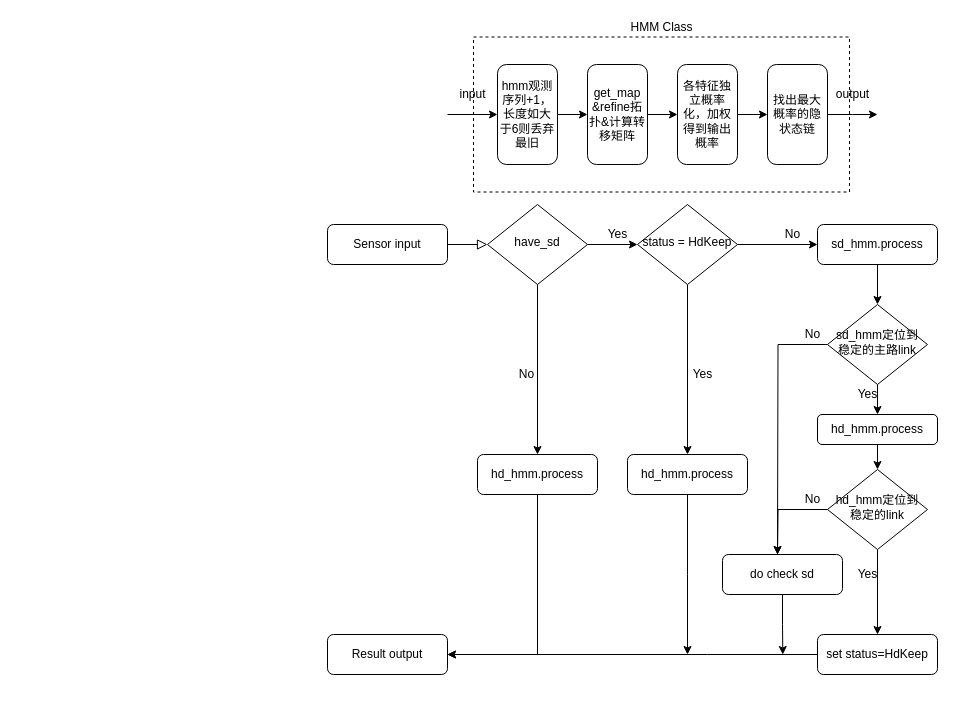
This is Untitled Diagram.drawio from xhzhuhit/Trajectory_Compression_Algorithms, a draw.io file, before an edit. Source tidied: cells renumbered, new cells numbered last; positions are measured from the earlier drawing's top-left corner, leaving out a move shared by most shapes. Both pictures are drawn from the tidied source at 100%, with x=0, y=0 at pixel (327, 16).
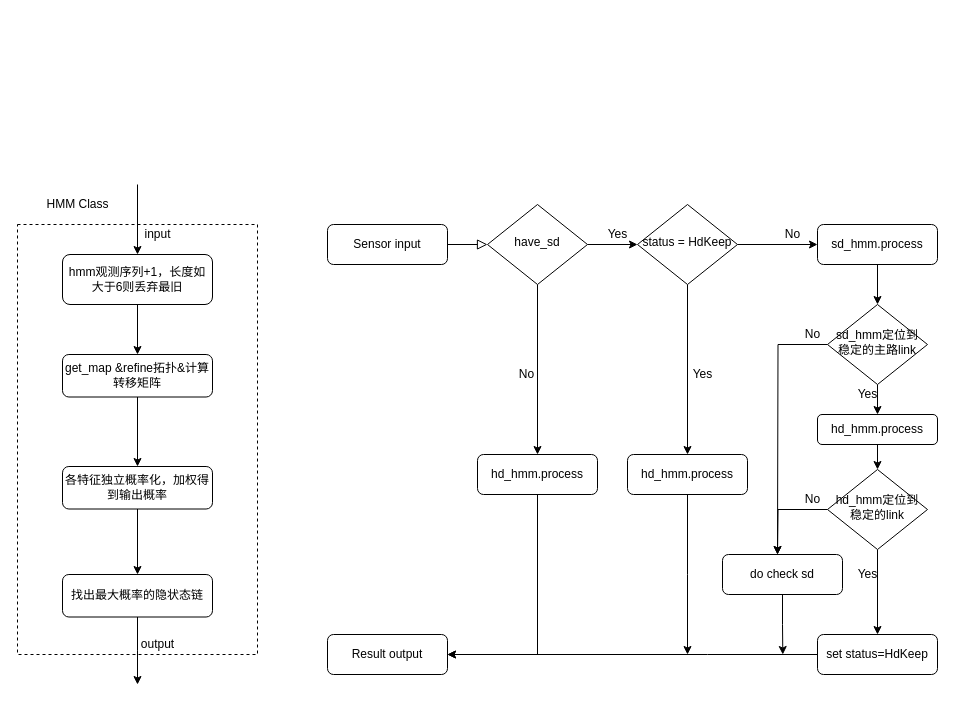
After the change.

Diff of the diagram source:
```diff
@@
     <mxCell id="2" style="whiteSpace=wrap;html=1;dashed=1;" parent="1" vertex="1">
-      <mxGeometry x="146" y="20.5" width="376" height="155" as="geometry" />
+      <mxGeometry x="-310" y="208" width="240" height="430" as="geometry" />
     </mxCell>
@@
-    <mxCell id="16" style="edgeStyle=orthogonalEdgeStyle;rounded=0;jettySize=auto;html=1;exitX=1;exitY=0.5;exitDx=0;exitDy=0;entryX=0;entryY=0.5;entryDx=0;entryDy=0;" parent="1" edge="1" source="17" target="19">
+    <mxCell id="16" style="edgeStyle=orthogonalEdgeStyle;rounded=0;jettySize=auto;html=1;exitX=0.5;exitY=1;exitDx=0;exitDy=0;entryX=0.5;entryY=0;entryDx=0;entryDy=0;" parent="1" edge="1" source="17" target="19">
       <mxGeometry relative="1" as="geometry" />
     </mxCell>
     <mxCell id="17" value="hmm观测序列+1，长度如大于6则丢弃最旧" style="rounded=1;whiteSpace=wrap;html=1;fontSize=12;glass=0;strokeWidth=1;shadow=0;" parent="1" vertex="1">
-      <mxGeometry x="170" y="48" width="60" height="100" as="geometry" />
+      <mxGeometry x="-265" y="238" width="150" height="50" as="geometry" />
     </mxCell>
-    <mxCell id="18" style="edgeStyle=orthogonalEdgeStyle;rounded=0;jettySize=auto;html=1;exitX=1;exitY=0.5;exitDx=0;exitDy=0;entryX=0;entryY=0.5;entryDx=0;entryDy=0;" parent="1" edge="1" source="19" target="21">
+    <mxCell id="18" style="edgeStyle=orthogonalEdgeStyle;rounded=0;jettySize=auto;html=1;" parent="1" edge="1" source="19" target="21">
       <mxGeometry relative="1" as="geometry" />
     </mxCell>
     <mxCell id="19" value="get_map &amp;amp;refine拓扑&amp;amp;计算转移矩阵" style="rounded=1;whiteSpace=wrap;html=1;fontSize=12;glass=0;strokeWidth=1;shadow=0;" parent="1" vertex="1">
-      <mxGeometry x="260" y="48" width="60" height="100" as="geometry" />
+      <mxGeometry x="-265" y="338" width="150" height="42.5" as="geometry" />
     </mxCell>
-    <mxCell id="20" style="edgeStyle=orthogonalEdgeStyle;rounded=0;jettySize=auto;html=1;exitX=1;exitY=0.5;exitDx=0;exitDy=0;entryX=0;entryY=0.5;entryDx=0;entryDy=0;" parent="1" edge="1" source="21" target="23">
+    <mxCell id="20" style="edgeStyle=orthogonalEdgeStyle;rounded=0;jettySize=auto;html=1;entryX=0.5;entryY=0;entryDx=0;entryDy=0;" parent="1" edge="1" source="21" target="23">
       <mxGeometry relative="1" as="geometry" />
     </mxCell>
     <mxCell id="21" value="各特征独立概率化，加权得到输出概率" style="rounded=1;whiteSpace=wrap;html=1;fontSize=12;glass=0;strokeWidth=1;shadow=0;" parent="1" vertex="1">
-      <mxGeometry x="350" y="48" width="60" height="100" as="geometry" />
+      <mxGeometry x="-265" y="450" width="150" height="42.5" as="geometry" />
     </mxCell>
-    <mxCell id="22" style="edgeStyle=orthogonalEdgeStyle;rounded=0;jettySize=auto;html=1;exitX=1;exitY=0.5;exitDx=0;exitDy=0;" parent="1" edge="1" source="23">
-      <mxGeometry relative="1" as="geometry">
-        <mxPoint x="550" y="98" as="targetPoint" />
-      </mxGeometry>
-    </mxCell>
+    <mxCell id="50" style="edgeStyle=orthogonalEdgeStyle;rounded=0;jettySize=auto;html=1;" parent="1" edge="1" source="23">
+      <mxGeometry relative="1" as="geometry">
+        <mxPoint x="-190" y="668" as="targetPoint" />
+      </mxGeometry>
+    </mxCell>
     <mxCell id="23" value="找出最大概率的隐状态链" style="rounded=1;whiteSpace=wrap;html=1;fontSize=12;glass=0;strokeWidth=1;shadow=0;" parent="1" vertex="1">
-      <mxGeometry x="440" y="48" width="60" height="100" as="geometry" />
+      <mxGeometry x="-265" y="558" width="150" height="42.5" as="geometry" />
     </mxCell>
-    <mxCell id="24" style="endArrow=classic;html=1;entryX=0;entryY=0.5;entryDx=0;entryDy=0;" parent="1" edge="1" target="17">
+    <mxCell id="24" style="endArrow=classic;html=1;entryX=0.5;entryY=0;entryDx=0;entryDy=0;" parent="1" edge="1" target="17">
       <mxGeometry relative="1" as="geometry">
-        <mxPoint x="120" y="98" as="sourcePoint" />
+        <mxPoint x="-190" y="168" as="sourcePoint" />
       </mxGeometry>
     </mxCell>
     <mxCell id="25" value="output" style="text;html=1;align=center;verticalAlign=middle;fillColor=none;strokeColor=none;rounded=0;" parent="1" vertex="1">
-      <mxGeometry x="500" y="68" width="50" height="20" as="geometry" />
+      <mxGeometry x="-195" y="618" width="50" height="20" as="geometry" />
     </mxCell>
     <mxCell id="26" value="input" style="text;html=1;align=center;verticalAlign=middle;fillColor=none;strokeColor=none;rounded=0;" parent="1" vertex="1">
-      <mxGeometry x="125" y="68" width="40" height="20" as="geometry" />
+      <mxGeometry x="-190" y="208" width="40" height="20" as="geometry" />
     </mxCell>
     <mxCell id="27" value="HMM Class" style="text;html=1;align=center;verticalAlign=middle;fillColor=none;strokeColor=none;rounded=0;dashed=1;" parent="1" vertex="1">
-      <mxGeometry x="294" y="0.5" width="80" height="20" as="geometry" />
+      <mxGeometry x="-290" y="178" width="80" height="20" as="geometry" />
     </mxCell>
```
